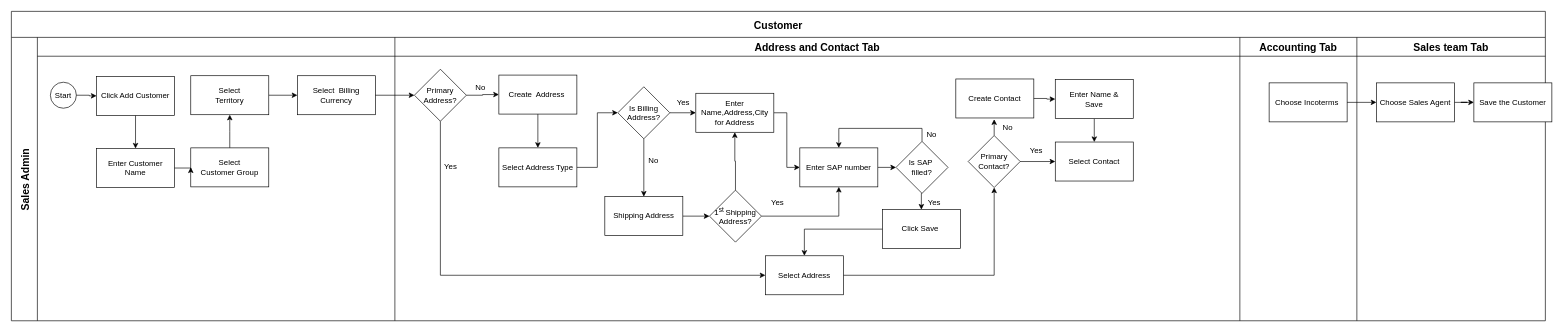
Before: SGB/Customer Userflow.drawio in Iswariya-LMNAs/Diagrams, a draw.io diagram. Source tidied: cells renumbered, new cells numbered last; positions are measured from the earlier drawing's top-left corner, leaving out a move shared by most shapes. Both pictures are drawn from the tidied source at 65%, with x=0, y=0 at pixel (11, 11).
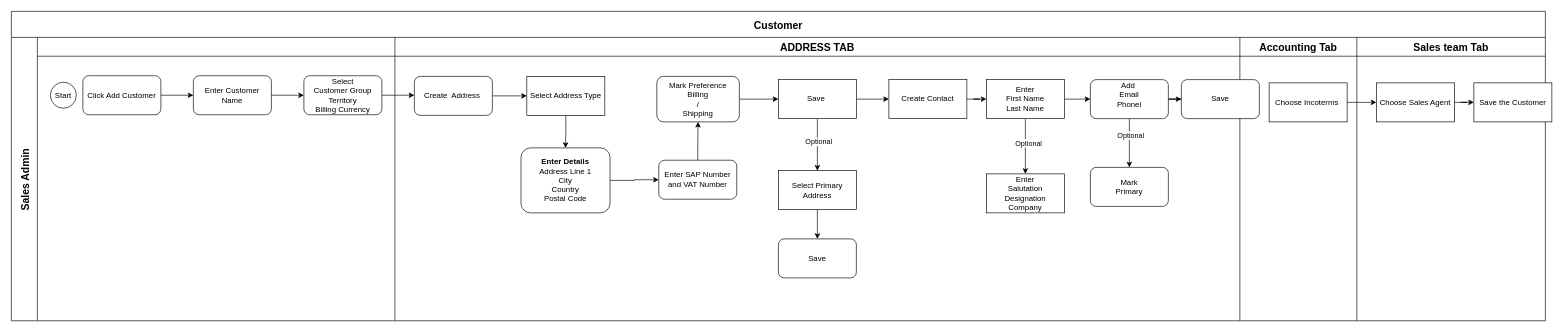
Above is the later version.

Unchanged cells that the change refers to:
```xml
<mxCell id="3" value="Sales Admin" style="shape=tableRow;horizontal=0;swimlaneHead=0;swimlaneBody=0;top=0;left=0;strokeColor=inherit;bottom=0;right=0;fontStyle=1;fillColor=none;startSize=40;fontSize=16;" parent="2" vertex="1">
  <mxGeometry y="40" width="2360" height="436" as="geometry" />
</mxCell>
<mxCell id="4" style="swimlane;swimlaneHead=0;swimlaneBody=0;fontStyle=1;strokeColor=inherit;fillColor=none;startSize=29;fontSize=16;" parent="3" vertex="1">
  <mxGeometry x="40" width="550" height="436" as="geometry" />
</mxCell>
<mxCell id="12" value="Start" style="ellipse;whiteSpace=wrap;html=1;" parent="4" vertex="1">
  <mxGeometry x="20" y="69" width="40" height="40" as="geometry" />
</mxCell>
```

What changed in the source:
```diff
@@
-    <mxCell id="5" style="edgeStyle=orthogonalEdgeStyle;rounded=0;jettySize=auto;html=1;exitX=0.5;exitY=0;exitDx=0;exitDy=0;entryX=0.5;entryY=1;entryDx=0;entryDy=0;" parent="4" edge="1" source="6">
-      <mxGeometry relative="1" as="geometry">
-        <mxPoint x="296" y="119" as="targetPoint" />
-      </mxGeometry>
-    </mxCell>
-    <mxCell id="6" value="Select&lt;div&gt;Customer Group&lt;/div&gt;" style="rounded=0;whiteSpace=wrap;html=1;" parent="4" vertex="1">
-      <mxGeometry x="236" y="170" width="120" height="60" as="geometry" />
+    <mxCell id="6" value="Select&lt;div&gt;Customer Group&lt;/div&gt;&lt;div&gt;Territory&lt;/div&gt;&lt;div&gt;Billing Currency&lt;/div&gt;" style="rounded=1;whiteSpace=wrap;html=1;" parent="4" vertex="1">
+      <mxGeometry x="410" y="59" width="120" height="60" as="geometry" />
     </mxCell>
-    <mxCell id="7" style="edgeStyle=orthogonalEdgeStyle;rounded=0;jettySize=auto;html=1;exitX=1;exitY=0.5;exitDx=0;exitDy=0;entryX=0;entryY=0.5;entryDx=0;entryDy=0;" parent="4" edge="1" source="8" target="11">
-      <mxGeometry relative="1" as="geometry" />
-    </mxCell>
-    <mxCell id="8" value="Select&lt;div&gt;Territory&lt;/div&gt;" style="rounded=0;whiteSpace=wrap;html=1;" parent="4" vertex="1">
-      <mxGeometry x="236" y="59" width="120" height="60" as="geometry" />
-    </mxCell>
-    <mxCell id="9" value="Enter Customer Name" style="rounded=0;whiteSpace=wrap;html=1;" parent="4" vertex="1">
-      <mxGeometry x="91" y="171" width="120" height="60" as="geometry" />
+    <mxCell id="9" value="Enter Customer Name" style="rounded=1;whiteSpace=wrap;html=1;" parent="4" vertex="1">
+      <mxGeometry x="240" y="59" width="120" height="60" as="geometry" />
     </mxCell>
@@
-    <mxCell id="11" value="Select&amp;nbsp; Billing Currency" style="whiteSpace=wrap;html=1;" parent="4" vertex="1">
-      <mxGeometry x="400" y="59" width="120" height="60" as="geometry" />
-    </mxCell>
@@
+    <mxCell id="54" value="Click Add Customer" style="rounded=1;whiteSpace=wrap;html=1;" parent="4" vertex="1">
+      <mxGeometry x="70" y="59" width="120" height="60" as="geometry" />
+    </mxCell>
+    <mxCell id="53" style="edgeStyle=orthogonalEdgeStyle;rounded=0;jettySize=auto;html=1;" parent="4" edge="1" source="54" target="9">
+      <mxGeometry relative="1" as="geometry" />
+    </mxCell>
-    <mxCell id="13" value="Address and Contact Tab" style="swimlane;swimlaneHead=0;swimlaneBody=0;fontStyle=1;strokeColor=inherit;fillColor=none;startSize=29;fontSize=16;" parent="3" vertex="1">
+    <mxCell id="13" value="ADDRESS TAB" style="swimlane;swimlaneHead=0;swimlaneBody=0;fontStyle=1;strokeColor=inherit;fillColor=none;startSize=29;fontSize=16;" parent="3" vertex="1">
       <mxGeometry x="590" width="1300" height="436" as="geometry" />
     </mxCell>
-    <mxCell id="14" style="edgeStyle=orthogonalEdgeStyle;rounded=0;jettySize=auto;html=1;exitX=1;exitY=0.5;exitDx=0;exitDy=0;" parent="13" edge="1" source="15" target="17">
-      <mxGeometry relative="1" as="geometry" />
-    </mxCell>
-    <mxCell id="15" value="Primary Address?" style="rhombus;whiteSpace=wrap;html=1;rounded=0;" parent="13" vertex="1">
-      <mxGeometry x="30" y="49" width="80" height="80" as="geometry" />
-    </mxCell>
-    <mxCell id="16" style="edgeStyle=orthogonalEdgeStyle;rounded=0;jettySize=auto;html=1;exitX=0.5;exitY=1;exitDx=0;exitDy=0;entryX=0.5;entryY=0;entryDx=0;entryDy=0;" parent="13" edge="1" source="17" target="24">
+    <mxCell id="16" style="edgeStyle=orthogonalEdgeStyle;rounded=0;jettySize=auto;html=1;exitX=1;exitY=0.5;exitDx=0;exitDy=0;entryX=0;entryY=0.5;entryDx=0;entryDy=0;" parent="13" edge="1" source="17" target="24">
       <mxGeometry relative="1" as="geometry" />
     </mxCell>
-    <mxCell id="17" value="Create&amp;nbsp; Address&amp;nbsp;" style="whiteSpace=wrap;html=1;" parent="13" vertex="1">
-      <mxGeometry x="160" y="58" width="120" height="60" as="geometry" />
+    <mxCell id="17" value="Create&amp;nbsp; Address&amp;nbsp;" style="rounded=1;whiteSpace=wrap;html=1;" parent="13" vertex="1">
+      <mxGeometry x="30" y="60" width="120" height="60" as="geometry" />
     </mxCell>
-    <mxCell id="18" value="No" style="text;html=1;align=center;verticalAlign=middle;whiteSpace=wrap;rounded=0;" parent="13" vertex="1">
-      <mxGeometry x="107" y="67" width="50" height="20" as="geometry" />
-    </mxCell>
-    <mxCell id="19" value="Yes" style="text;html=1;align=center;verticalAlign=middle;whiteSpace=wrap;rounded=0;" parent="13" vertex="1">
-      <mxGeometry x="61" y="189" width="50" height="20" as="geometry" />
-    </mxCell>
-    <mxCell id="20" style="edgeStyle=orthogonalEdgeStyle;rounded=0;jettySize=auto;html=1;exitX=0.5;exitY=1;exitDx=0;exitDy=0;entryX=0.5;entryY=0;entryDx=0;entryDy=0;" parent="13" edge="1" source="22" target="30">
-      <mxGeometry relative="1" as="geometry" />
-    </mxCell>
-    <mxCell id="21" style="edgeStyle=orthogonalEdgeStyle;rounded=0;jettySize=auto;html=1;exitX=1;exitY=0.5;exitDx=0;exitDy=0;entryX=0;entryY=0.5;entryDx=0;entryDy=0;" parent="13" edge="1" source="22" target="26">
-      <mxGeometry relative="1" as="geometry" />
-    </mxCell>
-    <mxCell id="22" value="Is Billing Address?" style="rhombus;whiteSpace=wrap;html=1;rounded=0;" parent="13" vertex="1">
-      <mxGeometry x="343" y="76" width="80" height="80" as="geometry" />
-    </mxCell>
-    <mxCell id="23" style="edgeStyle=orthogonalEdgeStyle;rounded=0;jettySize=auto;html=1;entryX=0;entryY=0.5;entryDx=0;entryDy=0;" parent="13" edge="1" source="24" target="22">
-      <mxGeometry relative="1" as="geometry" />
-    </mxCell>
+    <mxCell id="68" style="edgeStyle=orthogonalEdgeStyle;rounded=0;jettySize=auto;html=1;exitX=0.5;exitY=1;exitDx=0;exitDy=0;" parent="13" edge="1" source="24" target="73">
+      <mxGeometry relative="1" as="geometry" />
+    </mxCell>
     <mxCell id="24" value="Select Address Type" style="whiteSpace=wrap;html=1;" parent="13" vertex="1">
-      <mxGeometry x="160" y="170" width="120" height="60" as="geometry" />
+      <mxGeometry x="203" y="60" width="120" height="60" as="geometry" />
     </mxCell>
-    <mxCell id="25" style="edgeStyle=orthogonalEdgeStyle;rounded=0;jettySize=auto;html=1;entryX=0;entryY=0.5;entryDx=0;entryDy=0;" parent="13" edge="1" source="26" target="28">
-      <mxGeometry relative="1" as="geometry" />
-    </mxCell>
-    <mxCell id="26" value="Enter Name,Address,City for Address" style="whiteSpace=wrap;html=1;" parent="13" vertex="1">
-      <mxGeometry x="463" y="86" width="120" height="60" as="geometry" />
-    </mxCell>
-    <mxCell id="27" style="edgeStyle=orthogonalEdgeStyle;rounded=0;jettySize=auto;html=1;exitX=1;exitY=0.5;exitDx=0;exitDy=0;entryX=0;entryY=0.5;entryDx=0;entryDy=0;" parent="13" edge="1" source="28" target="38">
-      <mxGeometry relative="1" as="geometry" />
-    </mxCell>
-    <mxCell id="28" value="Enter SAP number" style="whiteSpace=wrap;html=1;" parent="13" vertex="1">
-      <mxGeometry x="623" y="170" width="120" height="60" as="geometry" />
-    </mxCell>
-    <mxCell id="29" style="edgeStyle=orthogonalEdgeStyle;rounded=0;jettySize=auto;html=1;exitX=1;exitY=0.5;exitDx=0;exitDy=0;entryX=0;entryY=0.5;entryDx=0;entryDy=0;" parent="13" edge="1" source="30" target="33">
-      <mxGeometry relative="1" as="geometry" />
-    </mxCell>
-    <mxCell id="30" value="Shipping Address" style="whiteSpace=wrap;html=1;" parent="13" vertex="1">
-      <mxGeometry x="323" y="245" width="120" height="60" as="geometry" />
-    </mxCell>
-    <mxCell id="31" style="edgeStyle=orthogonalEdgeStyle;rounded=0;jettySize=auto;html=1;exitX=0.5;exitY=0;exitDx=0;exitDy=0;entryX=0.5;entryY=1;entryDx=0;entryDy=0;" parent="13" edge="1" source="33" target="26">
-      <mxGeometry relative="1" as="geometry" />
-    </mxCell>
-    <mxCell id="32" style="edgeStyle=orthogonalEdgeStyle;rounded=0;jettySize=auto;html=1;exitX=1;exitY=0.5;exitDx=0;exitDy=0;entryX=0.5;entryY=1;entryDx=0;entryDy=0;" parent="13" edge="1" source="33" target="28">
-      <mxGeometry relative="1" as="geometry" />
-    </mxCell>
-    <mxCell id="33" value="1&lt;sup&gt;st &lt;/sup&gt;Shipping Address?" style="rhombus;whiteSpace=wrap;html=1;rounded=0;" parent="13" vertex="1">
-      <mxGeometry x="484" y="235" width="80" height="80" as="geometry" />
-    </mxCell>
-    <mxCell id="34" value="No" style="text;html=1;align=center;verticalAlign=middle;whiteSpace=wrap;rounded=0;" parent="13" vertex="1">
-      <mxGeometry x="373" y="180" width="50" height="20" as="geometry" />
-    </mxCell>
-    <mxCell id="35" value="Yes" style="text;html=1;align=center;verticalAlign=middle;whiteSpace=wrap;rounded=0;" parent="13" vertex="1">
-      <mxGeometry x="419" y="91" width="50" height="20" as="geometry" />
-    </mxCell>
-    <mxCell id="36" style="edgeStyle=orthogonalEdgeStyle;rounded=0;jettySize=auto;html=1;exitX=0.5;exitY=0;exitDx=0;exitDy=0;entryX=0.5;entryY=0;entryDx=0;entryDy=0;" parent="13" edge="1" source="38" target="28">
-      <mxGeometry relative="1" as="geometry" />
-    </mxCell>
-    <mxCell id="37" style="edgeStyle=orthogonalEdgeStyle;rounded=0;jettySize=auto;html=1;exitX=0.5;exitY=1;exitDx=0;exitDy=0;entryX=0.5;entryY=0;entryDx=0;entryDy=0;" parent="13" edge="1" source="38" target="39">
-      <mxGeometry relative="1" as="geometry" />
-    </mxCell>
-    <mxCell id="38" value="Is SAP&amp;nbsp;&lt;br&gt;filled?" style="rhombus;whiteSpace=wrap;html=1;rounded=0;" parent="13" vertex="1">
-      <mxGeometry x="771" y="160" width="80" height="80" as="geometry" />
-    </mxCell>
+    <mxCell id="69" style="edgeStyle=orthogonalEdgeStyle;rounded=0;jettySize=auto;html=1;" parent="13" edge="1" source="39" target="79">
+      <mxGeometry relative="1" as="geometry" />
+    </mxCell>
+    <mxCell id="70" value="Optional" style="edgeLabel;html=1;align=center;verticalAlign=middle;" parent="69" vertex="1">
+      <mxGeometry x="-0.12" y="1" relative="1" as="geometry" />
+    </mxCell>
+    <mxCell id="71" style="edgeStyle=orthogonalEdgeStyle;rounded=0;jettySize=auto;html=1;exitX=1;exitY=0.5;exitDx=0;exitDy=0;entryX=0;entryY=0.5;entryDx=0;entryDy=0;" parent="13" edge="1" source="39" target="58">
+      <mxGeometry relative="1" as="geometry" />
+    </mxCell>
-    <mxCell id="39" value="Click Save&amp;nbsp;" style="whiteSpace=wrap;html=1;" parent="13" vertex="1">
-      <mxGeometry x="750" y="265" width="120" height="60" as="geometry" />
+    <mxCell id="39" value="Save&amp;nbsp;" style="whiteSpace=wrap;html=1;" parent="13" vertex="1">
+      <mxGeometry x="590" y="65" width="120" height="60" as="geometry" />
     </mxCell>
-    <mxCell id="40" value="Yes" style="text;html=1;align=center;verticalAlign=middle;whiteSpace=wrap;rounded=0;" parent="13" vertex="1">
-      <mxGeometry x="564" y="245" width="50" height="20" as="geometry" />
-    </mxCell>
-    <mxCell id="41" value="Yes" style="text;html=1;align=center;verticalAlign=middle;whiteSpace=wrap;rounded=0;" parent="13" vertex="1">
-      <mxGeometry x="805" y="245" width="50" height="20" as="geometry" />
-    </mxCell>
-    <mxCell id="42" value="No" style="text;html=1;align=center;verticalAlign=middle;whiteSpace=wrap;rounded=0;" parent="13" vertex="1">
-      <mxGeometry x="801" y="140" width="50" height="20" as="geometry" />
-    </mxCell>
-    <mxCell id="43" value="No" style="text;html=1;align=center;verticalAlign=middle;whiteSpace=wrap;rounded=0;" parent="13" vertex="1">
-      <mxGeometry x="918" y="129" width="50" height="20" as="geometry" />
-    </mxCell>
+    <mxCell id="72" style="edgeStyle=orthogonalEdgeStyle;rounded=0;jettySize=auto;html=1;" parent="13" edge="1" source="73" target="75">
+      <mxGeometry relative="1" as="geometry" />
+    </mxCell>
+    <mxCell id="73" value="&lt;div&gt;&lt;b&gt;Enter Details&lt;/b&gt;&lt;/div&gt;&lt;div&gt;Address Line 1&lt;/div&gt;&lt;div&gt;City&lt;/div&gt;&lt;div&gt;Country&lt;/div&gt;&lt;div&gt;Postal Code&lt;/div&gt;" style="rounded=1;whiteSpace=wrap;html=1;" parent="13" vertex="1">
+      <mxGeometry x="194" y="170" width="137" height="100" as="geometry" />
+    </mxCell>
+    <mxCell id="74" style="edgeStyle=orthogonalEdgeStyle;rounded=0;jettySize=auto;html=1;" parent="13" edge="1" source="75" target="77">
+      <mxGeometry relative="1" as="geometry" />
+    </mxCell>
+    <mxCell id="75" value="&lt;div&gt;Enter SAP Number and VAT Number&lt;/div&gt;" style="whiteSpace=wrap;html=1;rounded=1;" parent="13" vertex="1">
+      <mxGeometry x="406" y="189" width="120" height="60" as="geometry" />
+    </mxCell>
+    <mxCell id="76" style="edgeStyle=orthogonalEdgeStyle;rounded=0;jettySize=auto;html=1;exitX=1;exitY=0.5;exitDx=0;exitDy=0;" parent="13" edge="1" source="77" target="39">
+      <mxGeometry relative="1" as="geometry" />
+    </mxCell>
+    <mxCell id="77" value="&lt;div&gt;Mark Preference&lt;/div&gt;&lt;div&gt;Billing&lt;/div&gt;&lt;div&gt;/&lt;/div&gt;&lt;div&gt;Shipping&lt;/div&gt;" style="whiteSpace=wrap;html=1;rounded=1;" parent="13" vertex="1">
+      <mxGeometry x="403" y="60" width="127" height="70" as="geometry" />
+    </mxCell>
+    <mxCell id="58" value="Create Contact" style="whiteSpace=wrap;html=1;" parent="13" vertex="1">
+      <mxGeometry x="760" y="65" width="120" height="60" as="geometry" />
+    </mxCell>
+    <mxCell id="78" style="edgeStyle=orthogonalEdgeStyle;rounded=0;jettySize=auto;html=1;exitX=0.5;exitY=1;exitDx=0;exitDy=0;" parent="13" edge="1" source="79" target="84">
+      <mxGeometry relative="1" as="geometry" />
+    </mxCell>
+    <mxCell id="79" value="Select Primary Address" style="whiteSpace=wrap;html=1;" parent="13" vertex="1">
+      <mxGeometry x="590" y="205" width="120" height="60" as="geometry" />
+    </mxCell>
+    <mxCell id="80" style="edgeStyle=orthogonalEdgeStyle;rounded=0;jettySize=auto;html=1;" parent="13" edge="1" source="60" target="83">
+      <mxGeometry relative="1" as="geometry" />
+    </mxCell>
+    <mxCell id="81" value="Optional" style="edgeLabel;html=1;align=center;verticalAlign=middle;" parent="80" vertex="1">
+      <mxGeometry x="-0.12" y="4" relative="1" as="geometry" />
+    </mxCell>
+    <mxCell id="82" style="edgeStyle=orthogonalEdgeStyle;rounded=0;jettySize=auto;html=1;exitX=1;exitY=0.5;exitDx=0;exitDy=0;entryX=0;entryY=0.5;entryDx=0;entryDy=0;" parent="13" edge="1" source="60" target="88">
+      <mxGeometry relative="1" as="geometry" />
+    </mxCell>
+    <mxCell id="60" value="&lt;div&gt;Enter&lt;/div&gt;&lt;div&gt;First Name&lt;/div&gt;&lt;div&gt;Last Name&lt;/div&gt;" style="whiteSpace=wrap;html=1;" parent="13" vertex="1">
+      <mxGeometry x="910" y="65" width="120" height="60" as="geometry" />
+    </mxCell>
+    <mxCell id="61" style="edgeStyle=orthogonalEdgeStyle;rounded=0;jettySize=auto;html=1;" parent="13" edge="1" source="58" target="60">
+      <mxGeometry relative="1" as="geometry" />
+    </mxCell>
+    <mxCell id="83" value="&lt;div&gt;Enter&lt;/div&gt;&lt;div&gt;Salutation&lt;/div&gt;&lt;div&gt;Designation&lt;/div&gt;&lt;div&gt;Company&lt;/div&gt;" style="whiteSpace=wrap;html=1;" parent="13" vertex="1">
+      <mxGeometry x="910" y="210" width="120" height="60" as="geometry" />
+    </mxCell>
+    <mxCell id="84" value="Save" style="rounded=1;whiteSpace=wrap;html=1;" parent="13" vertex="1">
+      <mxGeometry x="590" y="310" width="120" height="60" as="geometry" />
+    </mxCell>
+    <mxCell id="85" style="edgeStyle=orthogonalEdgeStyle;rounded=0;jettySize=auto;html=1;" parent="13" edge="1" source="88" target="89">
+      <mxGeometry relative="1" as="geometry" />
+    </mxCell>
+    <mxCell id="86" value="Optional" style="edgeLabel;html=1;align=center;verticalAlign=middle;" parent="85" vertex="1">
+      <mxGeometry x="-0.34" y="1" relative="1" as="geometry" />
+    </mxCell>
+    <mxCell id="87" style="edgeStyle=orthogonalEdgeStyle;rounded=0;jettySize=auto;html=1;" parent="13" edge="1" source="88" target="90">
+      <mxGeometry relative="1" as="geometry" />
+    </mxCell>
+    <mxCell id="88" value="&lt;div&gt;Add&amp;nbsp;&lt;/div&gt;&lt;div&gt;Email&lt;/div&gt;&lt;div&gt;Phonel&lt;/div&gt;&lt;div&gt;&lt;br&gt;&lt;/div&gt;" style="rounded=1;whiteSpace=wrap;html=1;" parent="13" vertex="1">
+      <mxGeometry x="1070" y="65" width="120" height="60" as="geometry" />
+    </mxCell>
+    <mxCell id="89" value="&lt;div&gt;Mark&lt;/div&gt;&lt;div&gt;Primary&lt;/div&gt;" style="rounded=1;whiteSpace=wrap;html=1;" parent="13" vertex="1">
+      <mxGeometry x="1070" y="200" width="120" height="60" as="geometry" />
+    </mxCell>
+    <mxCell id="90" value="Save" style="rounded=1;whiteSpace=wrap;html=1;" parent="13" vertex="1">
+      <mxGeometry x="1210" y="65" width="120" height="60" as="geometry" />
+    </mxCell>
@@
-    <mxCell id="51" style="edgeStyle=orthogonalEdgeStyle;rounded=0;jettySize=auto;html=1;exitX=1;exitY=0.5;exitDx=0;exitDy=0;entryX=0;entryY=0.5;entryDx=0;entryDy=0;" parent="3" edge="1" source="11" target="15">
-      <mxGeometry relative="1" as="geometry" />
-    </mxCell>
-    <mxCell id="52" style="edgeStyle=orthogonalEdgeStyle;rounded=0;jettySize=auto;html=1;" parent="1" edge="1" source="12" target="54">
-      <mxGeometry relative="1" as="geometry" />
-    </mxCell>
-    <mxCell id="53" style="edgeStyle=orthogonalEdgeStyle;rounded=0;jettySize=auto;html=1;" parent="1" edge="1" source="54" target="9">
-      <mxGeometry relative="1" as="geometry" />
-    </mxCell>
-    <mxCell id="54" value="Click Add Customer" style="rounded=0;whiteSpace=wrap;html=1;" parent="1" vertex="1">
-      <mxGeometry x="131" y="100" width="120" height="60" as="geometry" />
-    </mxCell>
-    <mxCell id="55" style="edgeStyle=orthogonalEdgeStyle;rounded=0;jettySize=auto;html=1;exitX=1;exitY=0.5;exitDx=0;exitDy=0;entryX=0;entryY=0.5;entryDx=0;entryDy=0;" parent="1" edge="1" source="57" target="62">
-      <mxGeometry relative="1" as="geometry" />
-    </mxCell>
-    <mxCell id="56" style="edgeStyle=orthogonalEdgeStyle;rounded=0;jettySize=auto;html=1;exitX=0.5;exitY=0;exitDx=0;exitDy=0;" parent="1" edge="1" source="57">
-      <mxGeometry relative="1" as="geometry">
-        <mxPoint x="1512" y="166" as="targetPoint" />
-      </mxGeometry>
-    </mxCell>
-    <mxCell id="57" value="Primary Contact?" style="rhombus;whiteSpace=wrap;html=1;rounded=0;" parent="1" vertex="1">
-      <mxGeometry x="1472" y="191" width="80" height="80" as="geometry" />
-    </mxCell>
-    <mxCell id="58" value="Create Contact" style="whiteSpace=wrap;html=1;" parent="1" vertex="1">
-      <mxGeometry x="1453" y="104" width="120" height="60" as="geometry" />
-    </mxCell>
-    <mxCell id="59" style="edgeStyle=orthogonalEdgeStyle;rounded=0;jettySize=auto;html=1;exitX=0.5;exitY=1;exitDx=0;exitDy=0;entryX=0.5;entryY=0;entryDx=0;entryDy=0;" parent="1" edge="1" source="60" target="62">
-      <mxGeometry relative="1" as="geometry" />
-    </mxCell>
-    <mxCell id="60" value="Enter Name &amp;amp;&lt;br&gt;&amp;nbsp;Save&amp;nbsp;" style="whiteSpace=wrap;html=1;" parent="1" vertex="1">
-      <mxGeometry x="1606" y="105" width="120" height="60" as="geometry" />
-    </mxCell>
-    <mxCell id="61" style="edgeStyle=orthogonalEdgeStyle;rounded=0;jettySize=auto;html=1;" parent="1" edge="1" source="58" target="60">
-      <mxGeometry relative="1" as="geometry" />
-    </mxCell>
-    <mxCell id="62" value="Select Contact" style="whiteSpace=wrap;html=1;" parent="1" vertex="1">
-      <mxGeometry x="1606" y="201" width="120" height="60" as="geometry" />
-    </mxCell>
-    <mxCell id="63" value="Yes" style="text;html=1;align=center;verticalAlign=middle;whiteSpace=wrap;rounded=0;" parent="1" vertex="1">
-      <mxGeometry x="1552" y="205" width="50" height="20" as="geometry" />
-    </mxCell>
-    <mxCell id="64" style="edgeStyle=orthogonalEdgeStyle;rounded=0;jettySize=auto;html=1;exitX=1;exitY=0.5;exitDx=0;exitDy=0;entryX=0.5;entryY=1;entryDx=0;entryDy=0;" parent="1" edge="1" source="65" target="57">
-      <mxGeometry relative="1" as="geometry" />
-    </mxCell>
-    <mxCell id="65" value="Select Address" style="whiteSpace=wrap;html=1;" parent="1" vertex="1">
-      <mxGeometry x="1160" y="376" width="120" height="60" as="geometry" />
-    </mxCell>
-    <mxCell id="66" style="edgeStyle=orthogonalEdgeStyle;rounded=0;jettySize=auto;html=1;exitX=0.5;exitY=1;exitDx=0;exitDy=0;entryX=0;entryY=0.5;entryDx=0;entryDy=0;" parent="1" edge="1" source="15" target="65">
-      <mxGeometry relative="1" as="geometry" />
-    </mxCell>
-    <mxCell id="67" style="edgeStyle=orthogonalEdgeStyle;rounded=0;jettySize=auto;html=1;exitX=0;exitY=0.5;exitDx=0;exitDy=0;entryX=0.5;entryY=0;entryDx=0;entryDy=0;" parent="1" edge="1" source="39" target="65">
-      <mxGeometry relative="1" as="geometry" />
-    </mxCell>
+    <mxCell id="91" style="edgeStyle=orthogonalEdgeStyle;rounded=0;jettySize=auto;html=1;exitX=1;exitY=0.5;exitDx=0;exitDy=0;" parent="3" edge="1" source="6">
+      <mxGeometry relative="1" as="geometry">
+        <mxPoint x="620" y="89" as="targetPoint" />
+      </mxGeometry>
+    </mxCell>
```
